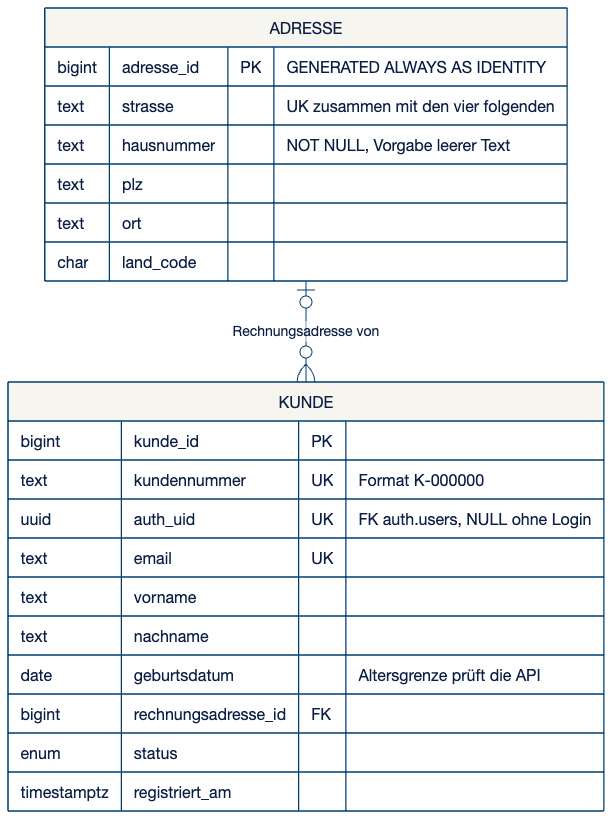
This is slides/assets/rel-a-geschaeftspartner.png from swrobuts/velocity-fallstudie, a Mermaid export, as it was before one commit. Its source is kept beside it as doku/datenmodell/erd/rel-a-geschaeftspartner.mmd.
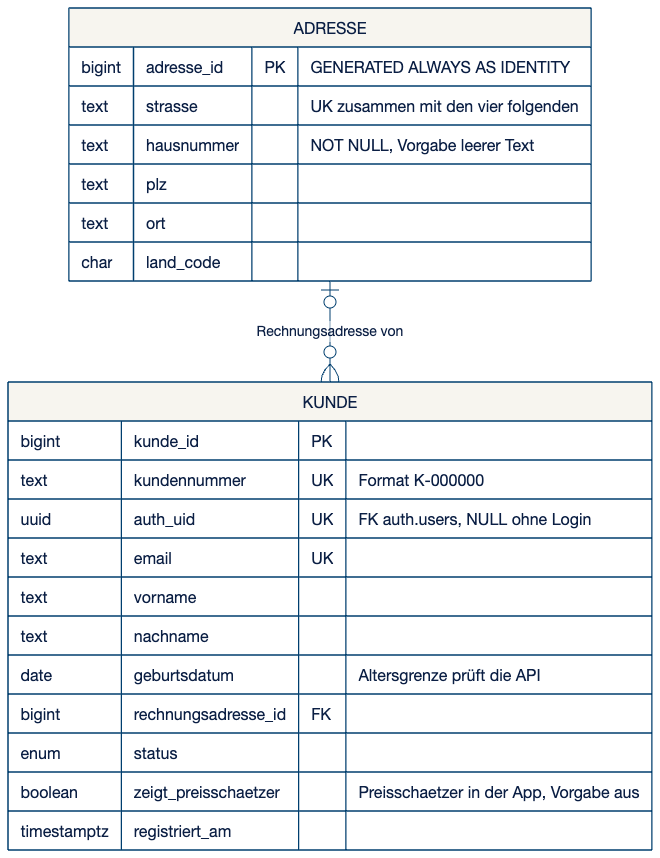
After the commit.

What changed in the source:
```diff
@@ -19,5 +19,6 @@
         date    geburtsdatum        "Altersgrenze prüft die API"
         bigint  rechnungsadresse_id FK
         enum    status
+        boolean zeigt_preisschaetzer "Preisschaetzer in der App, Vorgabe aus"
         timestamptz registriert_am
     }
```
